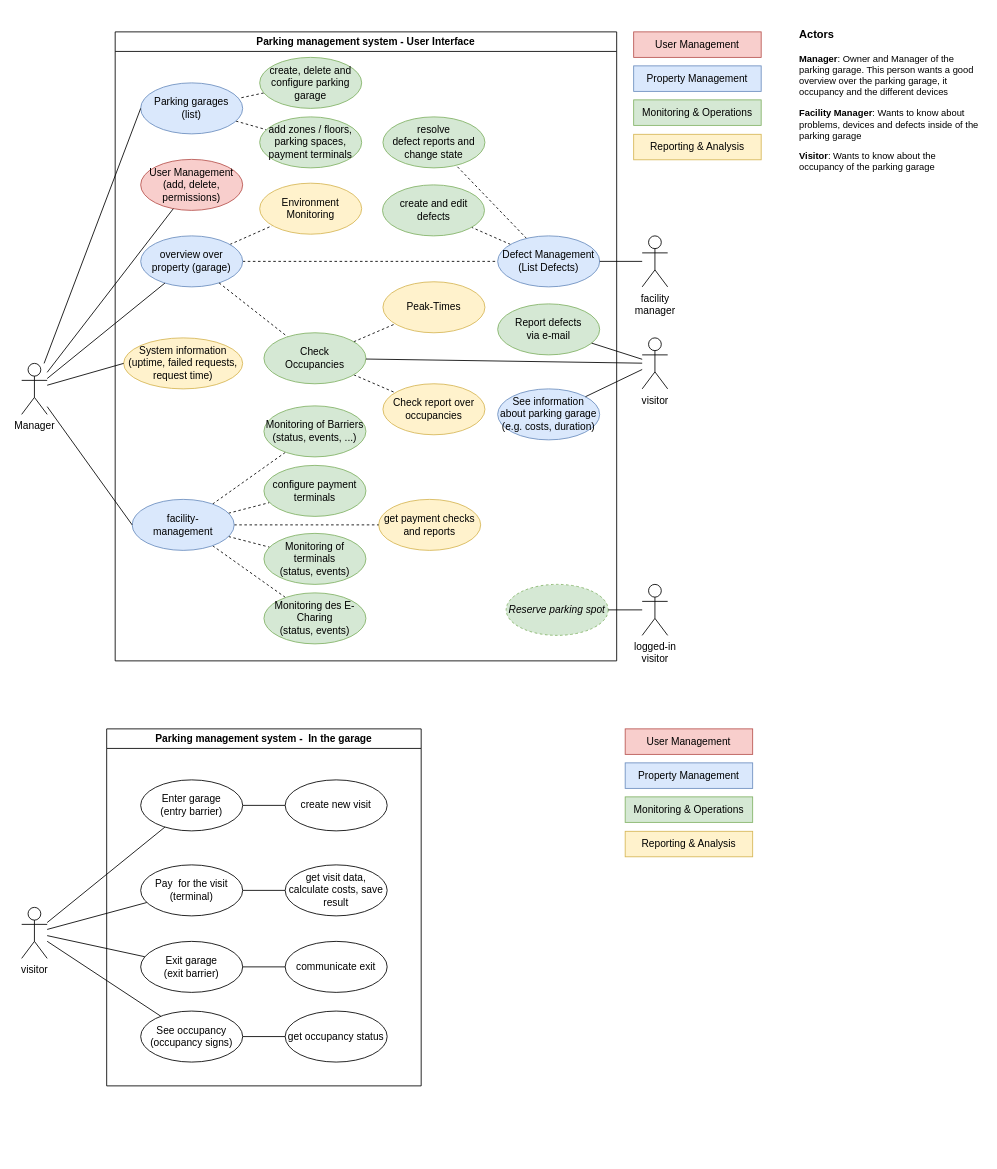
Above: page "useCase" (3 of 8) of docu/parking_management.drawio in msi-cad-vw/.github (draw.io), before the change. Source tidied: cells renumbered, new cells numbered last; positions are measured from the earlier drawing's top-left corner, leaving out a move shared by most shapes. Both pictures are drawn from the tidied source at 85%, with x=0, y=0 at pixel (21, 23).
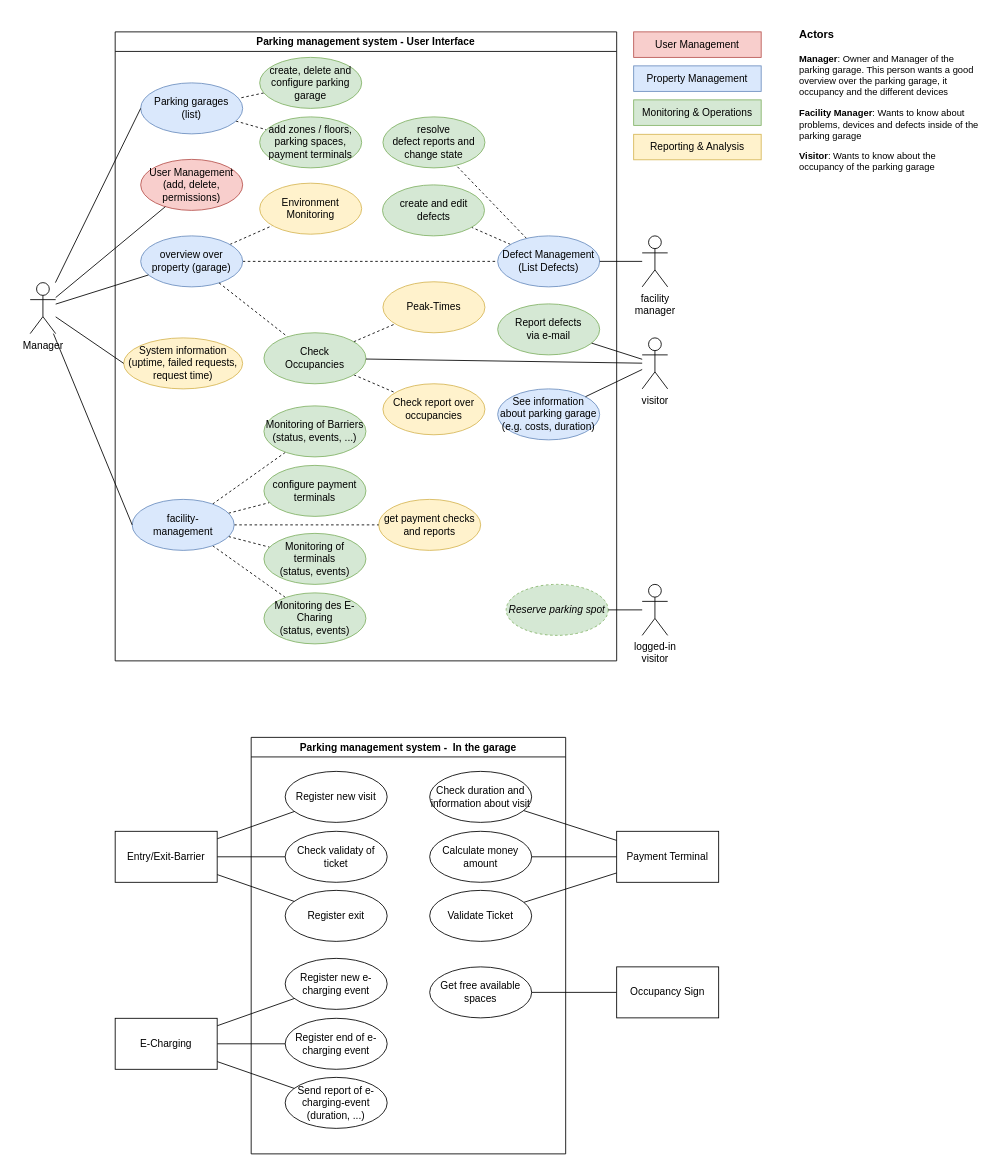
After the change.

What changed in the source:
```diff
@@
     <mxCell id="48" value="Manager" style="shape=umlActor;verticalLabelPosition=bottom;verticalAlign=top;html=1;outlineConnect=0;" parent="1" vertex="1">
-      <mxGeometry y="400" width="30" height="60" as="geometry" />
+      <mxGeometry x="10" y="305" width="30" height="60" as="geometry" />
     </mxCell>
@@
-    <mxCell id="58" value="User Management&lt;br&gt;" style="rounded=0;whiteSpace=wrap;html=1;fillColor=#f8cecc;strokeColor=#b85450;" parent="1" vertex="1">
-      <mxGeometry x="710" y="830" width="150" height="30" as="geometry" />
-    </mxCell>
-    <mxCell id="59" value="Property Management" style="rounded=0;whiteSpace=wrap;html=1;fillColor=#dae8fc;strokeColor=#6c8ebf;" parent="1" vertex="1">
-      <mxGeometry x="710" y="870" width="150" height="30" as="geometry" />
-    </mxCell>
-    <mxCell id="60" value="Monitoring &amp;amp; Operations" style="rounded=0;whiteSpace=wrap;html=1;fillColor=#d5e8d4;strokeColor=#82b366;" parent="1" vertex="1">
-      <mxGeometry x="710" y="910" width="150" height="30" as="geometry" />
-    </mxCell>
-    <mxCell id="61" value="Reporting &amp;amp; Analysis" style="rounded=0;whiteSpace=wrap;html=1;fillColor=#fff2cc;strokeColor=#d6b656;" parent="1" vertex="1">
-      <mxGeometry x="710" y="950.5" width="150" height="30" as="geometry" />
-    </mxCell>
     <mxCell id="62" value="Parking management system -&amp;nbsp; In the garage" style="swimlane;whiteSpace=wrap;html=1;" parent="1" vertex="1">
-      <mxGeometry x="100" y="830" width="370" height="420" as="geometry" />
+      <mxGeometry x="270" y="840" width="370" height="490" as="geometry" />
     </mxCell>
-    <mxCell id="63" style="edgeStyle=none;rounded=0;jumpStyle=gap;jettySize=auto;html=1;endArrow=none;endFill=0;" parent="62" edge="1" source="64" target="65">
-      <mxGeometry relative="1" as="geometry" />
-    </mxCell>
-    <mxCell id="64" value="Enter garage&lt;br&gt;(entry barrier)" style="ellipse;whiteSpace=wrap;html=1;" parent="62" vertex="1">
-      <mxGeometry x="40" y="60" width="120" height="60" as="geometry" />
+    <mxCell id="64" value="Register new visit" style="ellipse;whiteSpace=wrap;html=1;" parent="62" vertex="1">
+      <mxGeometry x="40" y="40" width="120" height="60" as="geometry" />
     </mxCell>
-    <mxCell id="65" value="create new visit" style="ellipse;whiteSpace=wrap;html=1;" parent="62" vertex="1">
-      <mxGeometry x="210" y="60" width="120" height="60" as="geometry" />
-    </mxCell>
-    <mxCell id="66" style="edgeStyle=none;rounded=0;jumpStyle=gap;jettySize=auto;html=1;endArrow=none;endFill=0;" parent="62" edge="1" source="67" target="70">
-      <mxGeometry relative="1" as="geometry" />
-    </mxCell>
-    <mxCell id="67" value="Pay&amp;nbsp; for the visit&lt;br&gt;(terminal)" style="ellipse;whiteSpace=wrap;html=1;" parent="62" vertex="1">
-      <mxGeometry x="40" y="160" width="120" height="60" as="geometry" />
-    </mxCell>
-    <mxCell id="68" style="edgeStyle=none;rounded=0;jumpStyle=gap;jettySize=auto;html=1;endArrow=none;endFill=0;" parent="62" edge="1" source="69" target="71">
-      <mxGeometry relative="1" as="geometry" />
-    </mxCell>
-    <mxCell id="69" value="Exit garage&lt;br&gt;(exit barrier)" style="ellipse;whiteSpace=wrap;html=1;" parent="62" vertex="1">
-      <mxGeometry x="40" y="250" width="120" height="60" as="geometry" />
-    </mxCell>
-    <mxCell id="70" value="get visit data, calculate costs, save result" style="ellipse;whiteSpace=wrap;html=1;" parent="62" vertex="1">
-      <mxGeometry x="210" y="160" width="120" height="60" as="geometry" />
-    </mxCell>
-    <mxCell id="71" value="communicate exit" style="ellipse;whiteSpace=wrap;html=1;" parent="62" vertex="1">
-      <mxGeometry x="210" y="250" width="120" height="60" as="geometry" />
-    </mxCell>
-    <mxCell id="72" style="edgeStyle=none;rounded=0;jumpStyle=gap;jettySize=auto;html=1;endArrow=none;endFill=0;" parent="62" edge="1" source="73" target="74">
-      <mxGeometry relative="1" as="geometry" />
-    </mxCell>
-    <mxCell id="73" value="See occupancy&lt;br&gt;(occupancy signs)" style="ellipse;whiteSpace=wrap;html=1;" parent="62" vertex="1">
-      <mxGeometry x="40" y="332" width="120" height="60" as="geometry" />
-    </mxCell>
-    <mxCell id="74" value="get occupancy status" style="ellipse;whiteSpace=wrap;html=1;" parent="62" vertex="1">
-      <mxGeometry x="210" y="332" width="120" height="60" as="geometry" />
-    </mxCell>
+    <mxCell id="80" value="Check validaty of ticket" style="ellipse;whiteSpace=wrap;html=1;" parent="62" vertex="1">
+      <mxGeometry x="40" y="110.5" width="120" height="60" as="geometry" />
+    </mxCell>
+    <mxCell id="81" value="Register exit" style="ellipse;whiteSpace=wrap;html=1;" parent="62" vertex="1">
+      <mxGeometry x="40" y="180" width="120" height="60" as="geometry" />
+    </mxCell>
+    <mxCell id="82" value="Validate Ticket" style="ellipse;whiteSpace=wrap;html=1;" parent="62" vertex="1">
+      <mxGeometry x="210" y="180" width="120" height="60" as="geometry" />
+    </mxCell>
+    <mxCell id="83" value="Calculate money amount" style="ellipse;whiteSpace=wrap;html=1;" parent="62" vertex="1">
+      <mxGeometry x="210" y="110.5" width="120" height="60" as="geometry" />
+    </mxCell>
+    <mxCell id="84" value="Check duration and information about visit" style="ellipse;whiteSpace=wrap;html=1;" parent="62" vertex="1">
+      <mxGeometry x="210" y="40" width="120" height="60" as="geometry" />
+    </mxCell>
+    <mxCell id="85" value="Get free available spaces" style="ellipse;whiteSpace=wrap;html=1;" parent="62" vertex="1">
+      <mxGeometry x="210" y="270" width="120" height="60" as="geometry" />
+    </mxCell>
-    <mxCell id="75" style="edgeStyle=none;rounded=0;jettySize=auto;html=1;endArrow=none;endFill=0;" parent="1" edge="1" source="79" target="64">
+    <mxCell id="75" style="edgeStyle=none;rounded=0;jettySize=auto;html=1;endArrow=none;endFill=0;" parent="1" edge="1" source="88" target="64">
       <mxGeometry relative="1" as="geometry" />
     </mxCell>
-    <mxCell id="76" style="edgeStyle=none;rounded=0;jumpStyle=gap;jettySize=auto;html=1;endArrow=none;endFill=0;" parent="1" edge="1" source="79" target="69">
-      <mxGeometry relative="1" as="geometry" />
-    </mxCell>
-    <mxCell id="77" style="edgeStyle=none;rounded=0;jumpStyle=gap;jettySize=auto;html=1;endArrow=none;endFill=0;" parent="1" edge="1" source="79" target="67">
-      <mxGeometry relative="1" as="geometry" />
-    </mxCell>
-    <mxCell id="78" style="edgeStyle=none;rounded=0;jumpStyle=gap;jettySize=auto;html=1;endArrow=none;endFill=0;" parent="1" edge="1" source="79" target="73">
-      <mxGeometry relative="1" as="geometry" />
-    </mxCell>
-    <mxCell id="79" value="visitor" style="shape=umlActor;verticalLabelPosition=bottom;verticalAlign=top;html=1;outlineConnect=0;" parent="1" vertex="1">
-      <mxGeometry y="1040" width="30" height="60" as="geometry" />
-    </mxCell>
+    <mxCell id="86" style="rounded=0;jettySize=auto;html=1;endArrow=none;endFill=0;" parent="1" edge="1" source="88" target="80">
+      <mxGeometry relative="1" as="geometry" />
+    </mxCell>
+    <mxCell id="87" style="edgeStyle=none;rounded=0;jettySize=auto;html=1;endArrow=none;endFill=0;" parent="1" edge="1" source="88" target="81">
+      <mxGeometry relative="1" as="geometry" />
+    </mxCell>
+    <mxCell id="88" value="Entry/Exit-Barrier" style="rounded=0;whiteSpace=wrap;html=1;" parent="1" vertex="1">
+      <mxGeometry x="110" y="950.5" width="120" height="60" as="geometry" />
+    </mxCell>
+    <mxCell id="89" style="edgeStyle=none;rounded=0;jettySize=auto;html=1;endArrow=none;endFill=0;" parent="1" edge="1" source="92" target="82">
+      <mxGeometry relative="1" as="geometry" />
+    </mxCell>
+    <mxCell id="90" style="edgeStyle=none;rounded=0;jettySize=auto;html=1;endArrow=none;endFill=0;" parent="1" edge="1" source="92" target="83">
+      <mxGeometry relative="1" as="geometry" />
+    </mxCell>
+    <mxCell id="91" style="edgeStyle=none;rounded=0;jettySize=auto;html=1;endArrow=none;endFill=0;" parent="1" edge="1" source="92" target="84">
+      <mxGeometry relative="1" as="geometry" />
+    </mxCell>
+    <mxCell id="92" value="Payment Terminal" style="rounded=0;whiteSpace=wrap;html=1;" parent="1" vertex="1">
+      <mxGeometry x="700" y="950.5" width="120" height="60" as="geometry" />
+    </mxCell>
+    <mxCell id="93" style="edgeStyle=none;rounded=0;orthogonalLoop=1;jettySize=auto;html=1;exitX=0.5;exitY=1;exitDx=0;exitDy=0;endArrow=none;endFill=0;" parent="1" edge="1" source="92" target="92">
+      <mxGeometry relative="1" as="geometry" />
+    </mxCell>
+    <mxCell id="94" style="edgeStyle=none;rounded=0;jettySize=auto;html=1;endArrow=none;endFill=0;" parent="1" edge="1" source="95" target="85">
+      <mxGeometry relative="1" as="geometry" />
+    </mxCell>
+    <mxCell id="95" value="Occupancy Sign" style="rounded=0;whiteSpace=wrap;html=1;" parent="1" vertex="1">
+      <mxGeometry x="700" y="1110" width="120" height="60" as="geometry" />
+    </mxCell>
+    <mxCell id="96" value="Register new e-charging event" style="ellipse;whiteSpace=wrap;html=1;" parent="1" vertex="1">
+      <mxGeometry x="310" y="1100" width="120" height="60" as="geometry" />
+    </mxCell>
+    <mxCell id="97" value="Register end of e-charging event" style="ellipse;whiteSpace=wrap;html=1;" parent="1" vertex="1">
+      <mxGeometry x="310" y="1170.5" width="120" height="60" as="geometry" />
+    </mxCell>
+    <mxCell id="98" value="Send report of e-charging-event (duration, ...)" style="ellipse;whiteSpace=wrap;html=1;" parent="1" vertex="1">
+      <mxGeometry x="310" y="1240" width="120" height="60" as="geometry" />
+    </mxCell>
+    <mxCell id="99" style="edgeStyle=none;rounded=0;jettySize=auto;html=1;endArrow=none;endFill=0;" parent="1" edge="1" source="102" target="96">
+      <mxGeometry relative="1" as="geometry" />
+    </mxCell>
+    <mxCell id="100" style="rounded=0;jettySize=auto;html=1;endArrow=none;endFill=0;" parent="1" edge="1" source="102" target="97">
+      <mxGeometry relative="1" as="geometry" />
+    </mxCell>
+    <mxCell id="101" style="edgeStyle=none;rounded=0;jettySize=auto;html=1;endArrow=none;endFill=0;" parent="1" edge="1" source="102" target="98">
+      <mxGeometry relative="1" as="geometry" />
+    </mxCell>
+    <mxCell id="102" value="E-Charging" style="rounded=0;whiteSpace=wrap;html=1;" parent="1" vertex="1">
+      <mxGeometry x="110" y="1170.5" width="120" height="60" as="geometry" />
+    </mxCell>
```
